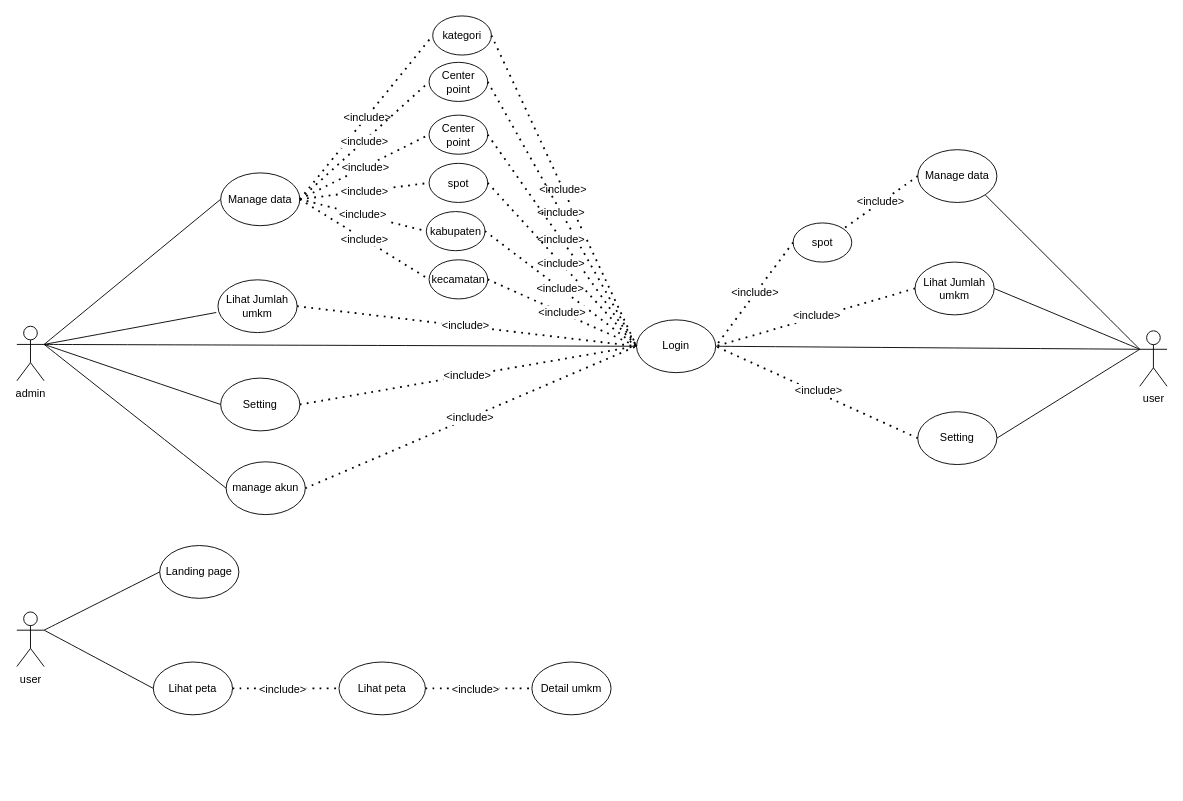
AmirRazer/DrawIoErd keeps this draw.io diagram as page "Halaman-2" (2 of 17) of activity diagram gis.drawio. Above is the earlier version. Source tidied: cells renumbered, new cells numbered last; positions are measured from the earlier drawing's top-left corner, leaving out a move shared by most shapes. Both pictures are drawn from the tidied source at 91%, with x=0, y=0 at pixel (16, 15).
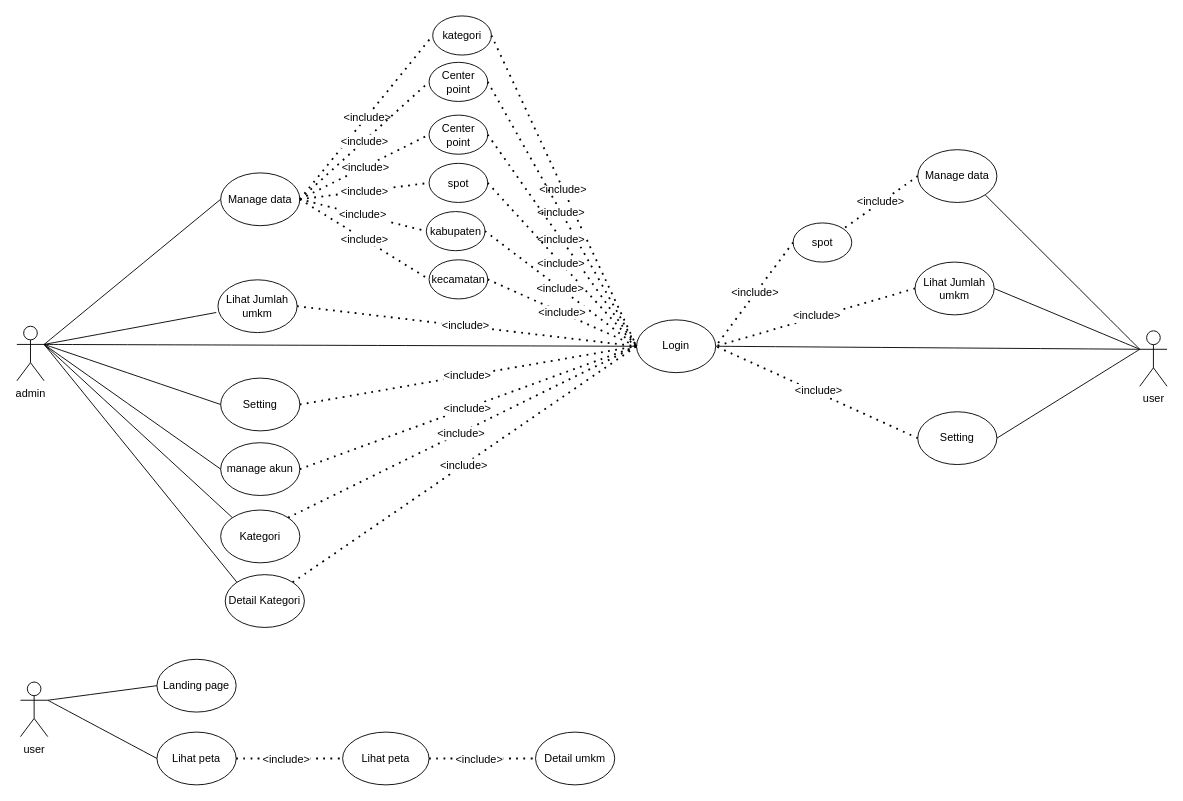
After the change.

The change refers to these unchanged cells:
```xml
<mxCell id="2" value="admin" style="shape=umlActor;verticalLabelPosition=bottom;verticalAlign=top;html=1;outlineConnect=0;" parent="1" vertex="1">
  <mxGeometry y="341" width="30" height="60" as="geometry" />
</mxCell>
<mxCell id="29" value="Login" style="ellipse;whiteSpace=wrap;html=1;" parent="1" vertex="1">
  <mxGeometry x="681" y="334" width="87" height="58" as="geometry" />
</mxCell>
```

What changed in the source:
```diff
@@
     <mxCell id="6" value="manage akun" style="ellipse;whiteSpace=wrap;html=1;" parent="1" vertex="1">
-      <mxGeometry x="230" y="490" width="87" height="58" as="geometry" />
+      <mxGeometry x="224" y="469" width="87" height="58" as="geometry" />
     </mxCell>
@@
     <mxCell id="68" value="user&lt;div&gt;&lt;br&gt;&lt;/div&gt;" style="shape=umlActor;verticalLabelPosition=bottom;verticalAlign=top;html=1;outlineConnect=0;" parent="1" vertex="1">
-      <mxGeometry y="655" width="30" height="60" as="geometry" />
+      <mxGeometry x="4" y="732" width="30" height="60" as="geometry" />
     </mxCell>
     <mxCell id="69" value="Landing page" style="ellipse;whiteSpace=wrap;html=1;" parent="1" vertex="1">
-      <mxGeometry x="157" y="582" width="87" height="58" as="geometry" />
+      <mxGeometry x="154" y="707" width="87" height="58" as="geometry" />
     </mxCell>
     <mxCell id="70" value="Lihat peta" style="ellipse;whiteSpace=wrap;html=1;" parent="1" vertex="1">
-      <mxGeometry x="150" y="710" width="87" height="58" as="geometry" />
+      <mxGeometry x="154" y="787" width="87" height="58" as="geometry" />
     </mxCell>
@@
     <mxCell id="73" value="Lihat peta" style="ellipse;whiteSpace=wrap;html=1;" parent="1" vertex="1">
-      <mxGeometry x="354" y="710" width="95" height="58" as="geometry" />
+      <mxGeometry x="358" y="787" width="95" height="58" as="geometry" />
     </mxCell>
@@
     <mxCell id="76" value="Detail umkm" style="ellipse;whiteSpace=wrap;html=1;" parent="1" vertex="1">
-      <mxGeometry x="566" y="710" width="87" height="58" as="geometry" />
+      <mxGeometry x="570" y="787" width="87" height="58" as="geometry" />
     </mxCell>
@@
+    <mxCell id="79" value="Kategori" style="ellipse;whiteSpace=wrap;html=1;" parent="1" vertex="1">
+      <mxGeometry x="224" y="543" width="87" height="58" as="geometry" />
+    </mxCell>
+    <mxCell id="80" value="Detail Kategori" style="ellipse;whiteSpace=wrap;html=1;" parent="1" vertex="1">
+      <mxGeometry x="229" y="614" width="87" height="58" as="geometry" />
+    </mxCell>
+    <mxCell id="81" style="endArrow=none;html=1;rounded=0;fontSize=12;startSize=8;endSize=8;curved=1;exitX=1;exitY=0.3333333333333333;exitDx=0;exitDy=0;exitPerimeter=0;entryX=0;entryY=0;entryDx=0;entryDy=0;" parent="1" edge="1" source="2" target="79">
+      <mxGeometry relative="1" as="geometry" />
+    </mxCell>
+    <mxCell id="82" style="endArrow=none;html=1;rounded=0;fontSize=12;startSize=8;endSize=8;curved=1;exitX=1;exitY=0.3333333333333333;exitDx=0;exitDy=0;exitPerimeter=0;entryX=0;entryY=0;entryDx=0;entryDy=0;" parent="1" edge="1" source="2" target="80">
+      <mxGeometry relative="1" as="geometry" />
+    </mxCell>
+    <mxCell id="83" style="endArrow=none;dashed=1;html=1;dashPattern=1 3;strokeWidth=2;rounded=0;fontSize=12;startSize=8;endSize=8;curved=1;exitX=1;exitY=0;exitDx=0;exitDy=0;entryX=0;entryY=0.5;entryDx=0;entryDy=0;" parent="1" edge="1" source="79" target="29">
+      <mxGeometry relative="1" as="geometry" />
+    </mxCell>
+    <mxCell id="84" value="&amp;lt;include&amp;gt;" style="edgeLabel;html=1;align=center;verticalAlign=middle;fontSize=12;" parent="83" vertex="1">
+      <mxGeometry x="-0.01" y="-1" relative="1" as="geometry">
+        <mxPoint y="-1" as="offset" />
+      </mxGeometry>
+    </mxCell>
+    <mxCell id="85" style="endArrow=none;dashed=1;html=1;dashPattern=1 3;strokeWidth=2;rounded=0;fontSize=12;startSize=8;endSize=8;curved=1;exitX=1;exitY=0;exitDx=0;exitDy=0;entryX=0;entryY=0.5;entryDx=0;entryDy=0;" parent="1" edge="1" source="80" target="29">
+      <mxGeometry relative="1" as="geometry" />
+    </mxCell>
+    <mxCell id="86" value="&amp;lt;include&amp;gt;" style="edgeLabel;html=1;align=center;verticalAlign=middle;fontSize=12;" parent="85" vertex="1">
+      <mxGeometry x="-0.01" y="-1" relative="1" as="geometry">
+        <mxPoint y="-1" as="offset" />
+      </mxGeometry>
+    </mxCell>
```
